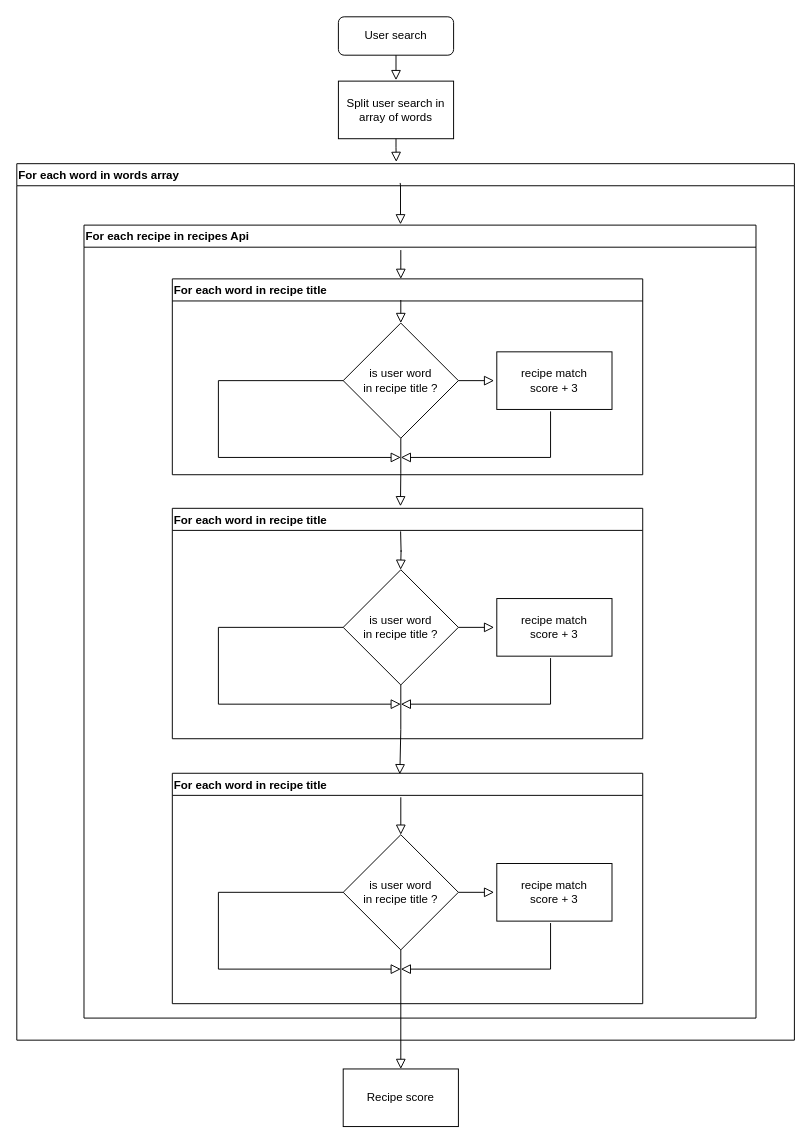
Before: docs/option_1.drawio in Codamor/LesPetitsPlats, a draw.io diagram. Source tidied: cells renumbered, new cells numbered last; positions are measured from the earlier drawing's top-left corner, leaving out a move shared by most shapes. Both pictures are drawn from the tidied source at 96%, with x=0, y=0 at pixel (16, 16).
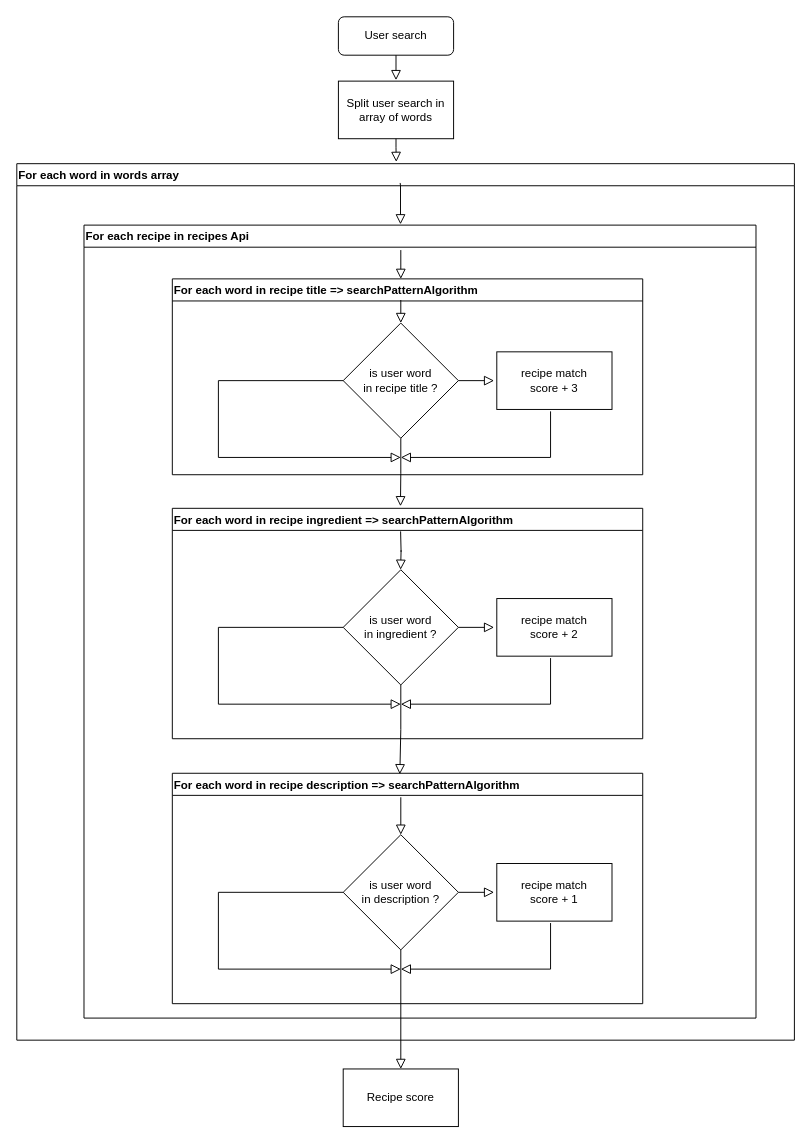
The same diagram, later.

Commit message (it also covers changes not shown here):
replace algorithms drawio files

The change refers to these unchanged cells:
```xml
<mxCell id="5" value="For each recipe in recipes Api" style="swimlane;align=left;" parent="4" vertex="1">
  <mxGeometry x="70" y="64" width="700" height="826" as="geometry" />
</mxCell>
```

Change to the diagram source:
```diff
@@
-    <mxCell id="6" value="For each word in recipe title" style="swimlane;align=left;" parent="5" vertex="1">
+    <mxCell id="6" value="For each word in recipe title =&gt; searchPatternAlgorithm" style="swimlane;align=left;" parent="5" vertex="1">
       <mxGeometry x="92" y="56" width="490" height="204" as="geometry" />
     </mxCell>
@@
-    <mxCell id="12" value="For each word in recipe title" style="swimlane;align=left;" parent="5" vertex="1">
+    <mxCell id="12" value="For each word in recipe ingredient =&gt; searchPatternAlgorithm" style="swimlane;align=left;" parent="5" vertex="1">
       <mxGeometry x="92" y="295" width="490" height="240" as="geometry" />
     </mxCell>
-    <mxCell id="13" value="&lt;div&gt;recipe match&lt;/div&gt;&lt;div&gt; score + 3&lt;/div&gt;" style="rounded=0;whiteSpace=wrap;html=1;" parent="12" vertex="1">
+    <mxCell id="13" value="&lt;div&gt;recipe match&lt;/div&gt;&lt;div&gt; score + 2&lt;br&gt;&lt;/div&gt;" style="rounded=0;whiteSpace=wrap;html=1;" parent="12" vertex="1">
       <mxGeometry x="338" y="94" width="120" height="60" as="geometry" />
     </mxCell>
@@
-    <mxCell id="17" value="&lt;div&gt;is user word&lt;/div&gt;&lt;div&gt; in recipe title ?&lt;/div&gt;" style="rhombus;whiteSpace=wrap;html=1;" parent="12" vertex="1">
+    <mxCell id="17" value="&lt;div&gt;is user word&lt;/div&gt;&lt;div&gt; in ingredient ?&lt;/div&gt;" style="rhombus;whiteSpace=wrap;html=1;" parent="12" vertex="1">
       <mxGeometry x="178" y="64" width="120" height="120" as="geometry" />
     </mxCell>
@@
-    <mxCell id="19" value="For each word in recipe title" style="swimlane;align=left;" parent="5" vertex="1">
+    <mxCell id="19" value="For each word in recipe description =&gt; searchPatternAlgorithm" style="swimlane;align=left;" parent="5" vertex="1">
       <mxGeometry x="92" y="571" width="490" height="240" as="geometry" />
     </mxCell>
-    <mxCell id="20" value="&lt;div&gt;recipe match&lt;/div&gt;&lt;div&gt; score + 3&lt;/div&gt;" style="rounded=0;whiteSpace=wrap;html=1;" parent="19" vertex="1">
+    <mxCell id="20" value="&lt;div&gt;recipe match&lt;/div&gt;&lt;div&gt; score + 1&lt;/div&gt;" style="rounded=0;whiteSpace=wrap;html=1;" parent="19" vertex="1">
       <mxGeometry x="338" y="94" width="120" height="60" as="geometry" />
     </mxCell>
@@
-    <mxCell id="24" value="&lt;div&gt;is user word&lt;/div&gt;&lt;div&gt; in recipe title ?&lt;/div&gt;" style="rhombus;whiteSpace=wrap;html=1;" parent="19" vertex="1">
+    <mxCell id="24" value="&lt;div&gt;is user word&lt;/div&gt;&lt;div&gt; in description ?&lt;/div&gt;" style="rhombus;whiteSpace=wrap;html=1;" parent="19" vertex="1">
       <mxGeometry x="178" y="64" width="120" height="120" as="geometry" />
     </mxCell>
```
